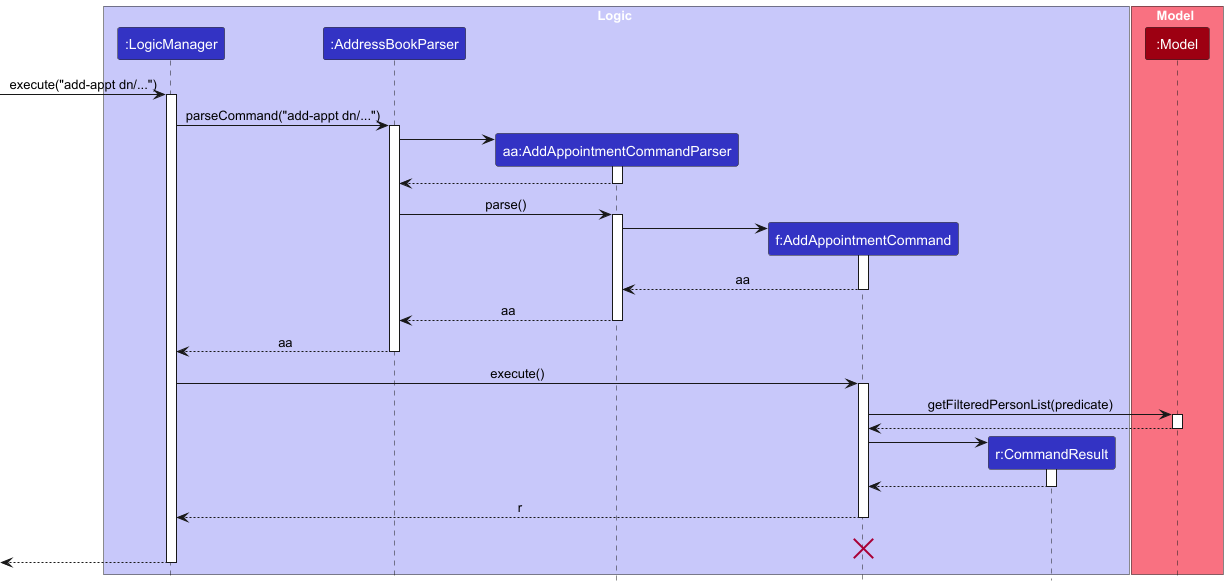
Earlier version of the PlantUML export docs/images/AddApptSequenceDiagram.png (nus-cs2103-AY2425S1/tp). The source it was exported from:
```plantuml
@startuml
!include style.puml
skinparam ArrowFontStyle plain

box Logic LOGIC_COLOR_T1
participant ":LogicManager" as LogicManager LOGIC_COLOR
participant ":AddressBookParser" as AddressBookParser LOGIC_COLOR
participant "aa:AddAppointmentCommandParser" as AddAppointmentCommandParser LOGIC_COLOR
participant "f:AddAppointmentCommand" as AddAppointmentCommand LOGIC_COLOR
participant "r:CommandResult" as CommandResult LOGIC_COLOR
end box

box Model MODEL_COLOR_T1
participant ":Model" as Model MODEL_COLOR
end box
[-> LogicManager : execute("add-appt dn/...")
activate LogicManager

LogicManager -> AddressBookParser : parseCommand("add-appt dn/...")
activate AddressBookParser

create AddAppointmentCommandParser
AddressBookParser -> AddAppointmentCommandParser
activate AddAppointmentCommandParser

AddAppointmentCommandParser --> AddressBookParser
deactivate AddAppointmentCommandParser

AddressBookParser -> AddAppointmentCommandParser : parse()
activate AddAppointmentCommandParser

create AddAppointmentCommand
AddAppointmentCommandParser -> AddAppointmentCommand
activate AddAppointmentCommand

AddAppointmentCommand --> AddAppointmentCommandParser : aa
deactivate AddAppointmentCommand

AddAppointmentCommandParser --> AddressBookParser : aa
deactivate AddAppointmentCommandParser

AddressBookParser --> LogicManager : aa
deactivate AddressBookParser

LogicManager -> AddAppointmentCommand : execute()
activate AddAppointmentCommand

AddAppointmentCommand -> Model : getFilteredPersonList(predicate)
activate Model

Model --> AddAppointmentCommand
deactivate Model

create CommandResult
AddAppointmentCommand -> CommandResult
activate CommandResult

CommandResult --> AddAppointmentCommand
deactivate CommandResult

AddAppointmentCommand --> LogicManager : r
deactivate AddAppointmentCommand
AddAppointmentCommand -[hidden]-> LogicManager : r
destroy AddAppointmentCommand

[<--LogicManager
deactivate LogicManager
@enduml
```
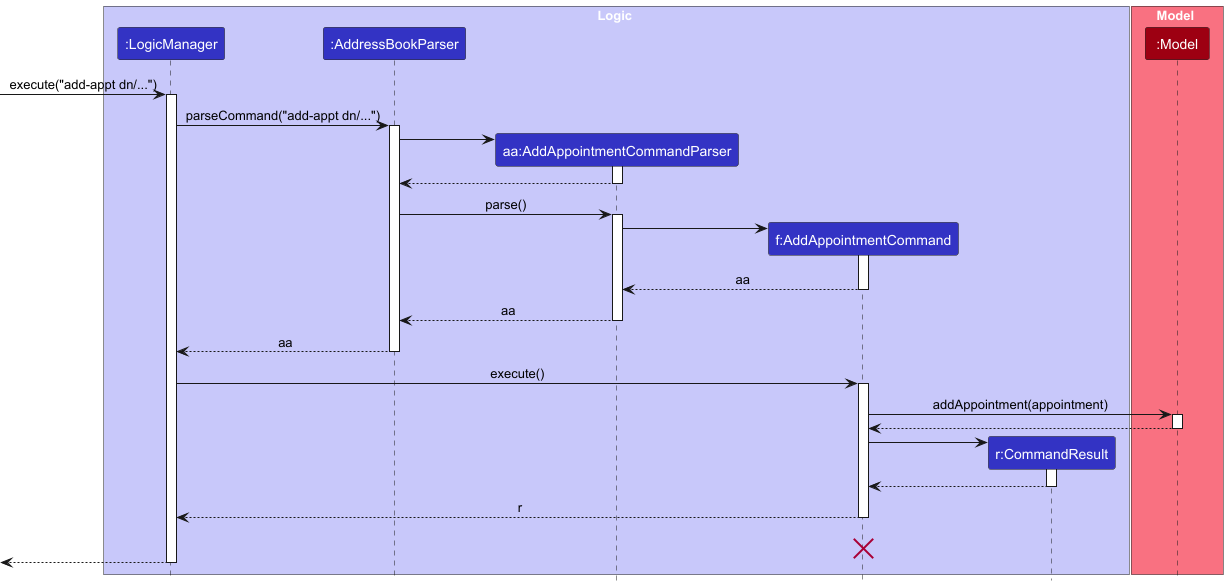
Above is the later version.

Commit message:
Update sequence diagrams

The edit, as a diff of the source:
```diff
@@ -45,7 +45,7 @@
 LogicManager -> AddAppointmentCommand : execute()
 activate AddAppointmentCommand
 
-AddAppointmentCommand -> Model : getFilteredPersonList(predicate)
+AddAppointmentCommand -> Model : addAppointment(appointment)
 activate Model
 
 Model --> AddAppointmentCommand
```
